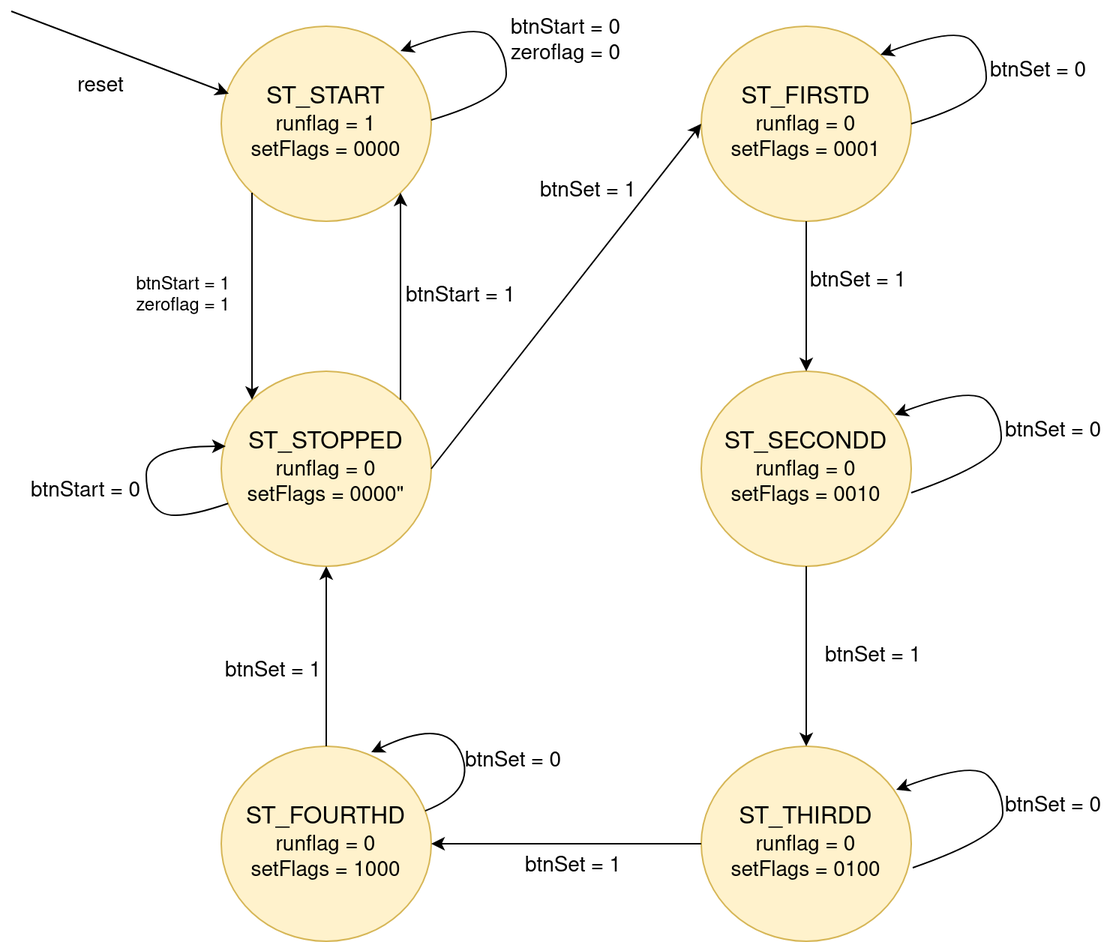
The draw.io diagram Timer/fsm.png in catarinaacsilva/vivado-xilinx-tutorials, before a commit. Source tidied: cells renumbered, new cells last; positions are measured from the earlier drawing's top-left corner, leaving out a move shared by most shapes.
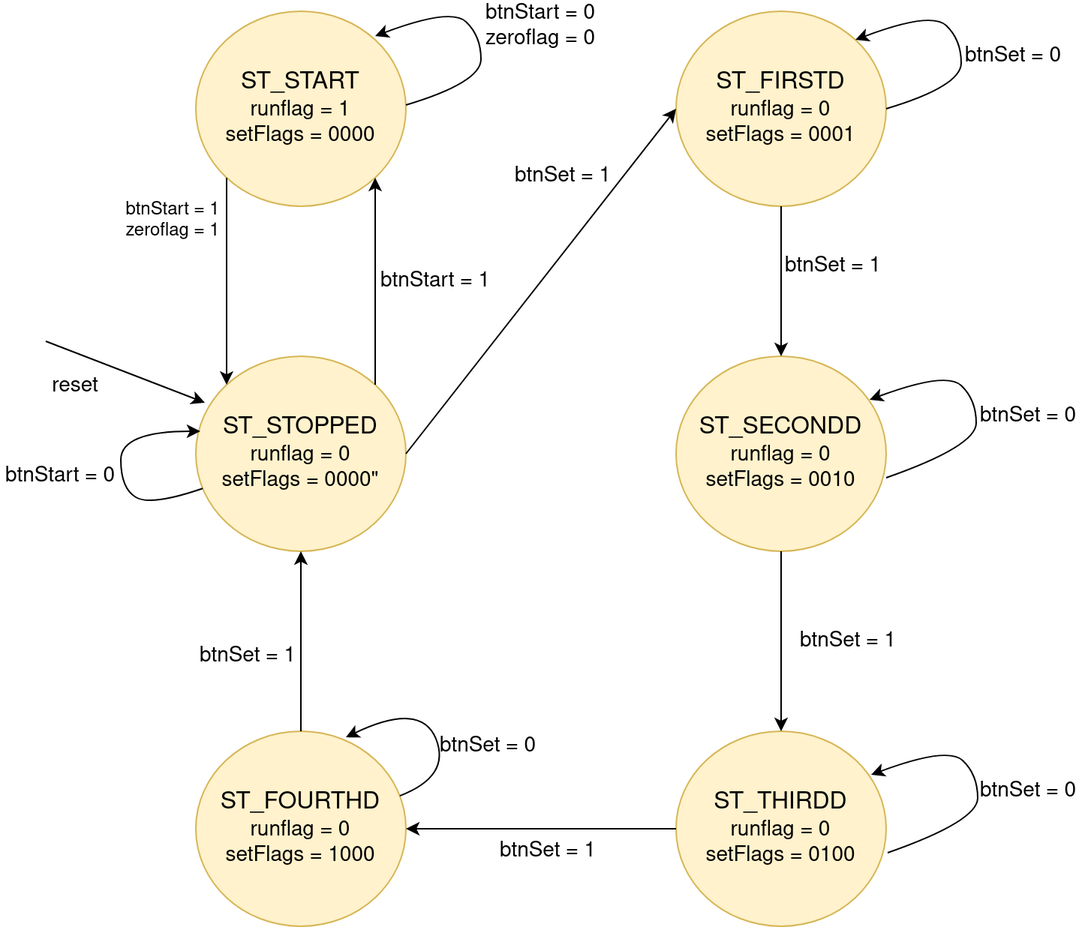
Above is the later version.

What changed in the source:
```diff
@@ -38,19 +38,19 @@
     <mxCell id="13" style="endArrow=classic;html=1;exitX=0;exitY=1;exitDx=0;exitDy=0;entryX=0;entryY=0;entryDx=0;entryDy=0;" parent="1" edge="1" source="2" target="7">
       <mxGeometry relative="1" as="geometry" />
     </mxCell>
-    <mxCell id="14" style="endArrow=classic;html=1;entryX=0.036;entryY=0.346;entryDx=0;entryDy=0;entryPerimeter=0;" parent="1" edge="1" target="2">
+    <mxCell id="14" style="endArrow=classic;html=1;entryX=0.043;entryY=0.238;entryDx=0;entryDy=0;entryPerimeter=0;" parent="1" edge="1" target="7">
       <mxGeometry relative="1" as="geometry">
-        <mxPoint as="sourcePoint" />
+        <mxPoint x="40" y="230" as="sourcePoint" />
       </mxGeometry>
     </mxCell>
     <mxCell id="15" value="&lt;font style=&quot;font-size: 14px&quot;&gt;reset&lt;/font&gt;" style="text;html=1;strokeColor=none;fillColor=none;align=center;verticalAlign=middle;whiteSpace=wrap;rounded=0;" parent="1" vertex="1">
-      <mxGeometry x="40" y="40" width="40" height="20" as="geometry" />
+      <mxGeometry x="40" y="250" width="40" height="20" as="geometry" />
     </mxCell>
     <mxCell id="16" style="endArrow=classic;html=1;exitX=1;exitY=0.5;exitDx=0;exitDy=0;entryX=0;entryY=0.5;entryDx=0;entryDy=0;" parent="1" edge="1" source="7" target="3">
       <mxGeometry relative="1" as="geometry" />
     </mxCell>
     <mxCell id="17" value="&lt;div&gt;btnStart = 1&lt;/div&gt;&lt;div&gt;zeroflag = 1&lt;br&gt;&lt;/div&gt;" style="text;html=1;strokeColor=none;fillColor=none;align=center;verticalAlign=middle;whiteSpace=wrap;rounded=0;" parent="1" vertex="1">
-      <mxGeometry x="70" y="180" width="90" height="20" as="geometry" />
+      <mxGeometry x="80" y="140" width="90" height="20" as="geometry" />
     </mxCell>
     <mxCell id="18" value="&lt;font style=&quot;font-size: 14px&quot;&gt;btnStart = 1&lt;/font&gt;" style="text;html=1;strokeColor=none;fillColor=none;align=center;verticalAlign=middle;whiteSpace=wrap;rounded=0;" parent="1" vertex="1">
       <mxGeometry x="260" y="180" width="80" height="20" as="geometry" />
```
